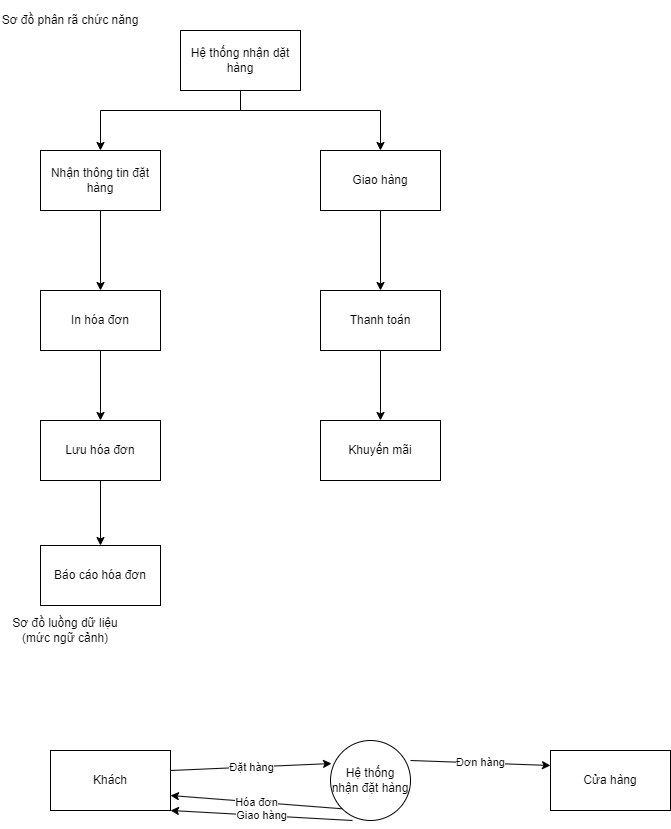
Earlier version of the draw.io export DFD3.png (InfiniteByte1811/branch1). Source tidied: cells renumbered, new cells last; positions are measured from the earlier drawing's top-left corner, leaving out a move shared by most shapes.
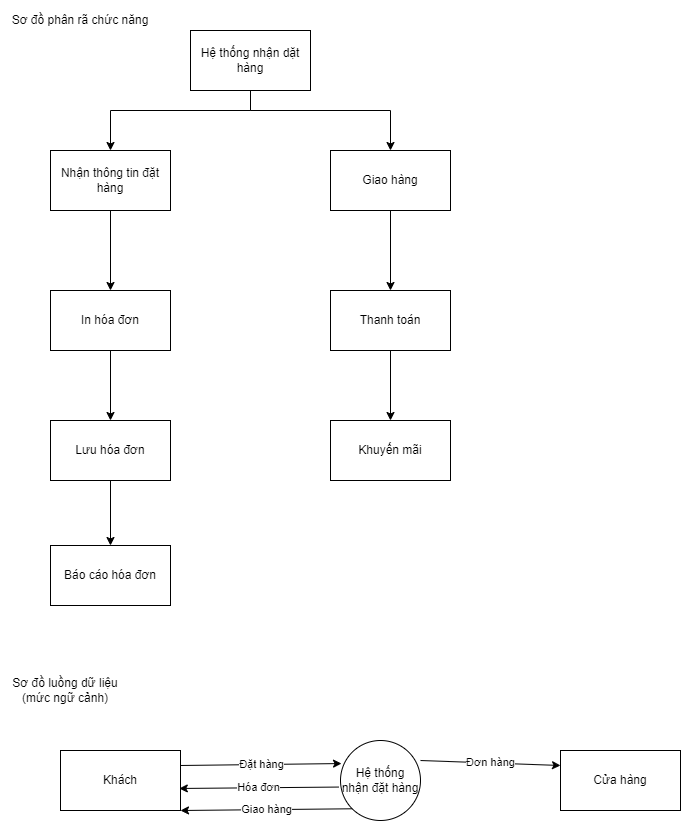
Above is the later version.

Commit message:
Cập nhật DFD3.png

Change to the diagram source:
```diff
@@ -34,7 +34,7 @@
       <mxGeometry x="40" y="150" width="120" height="60" as="geometry" />
     </mxCell>
     <mxCell id="8" value="Sơ đồ luồng dữ liệu (mức ngữ cảnh)" style="text;html=1;strokeColor=none;fillColor=none;align=center;verticalAlign=middle;whiteSpace=wrap;rounded=0;" parent="1" vertex="1">
-      <mxGeometry y="600" width="130" height="60" as="geometry" />
+      <mxGeometry x="-10" y="660" width="130" height="60" as="geometry" />
     </mxCell>
     <mxCell id="9" value="Cửa hàng" style="rounded=0;whiteSpace=wrap;html=1;" parent="1" vertex="1">
       <mxGeometry x="550" y="750" width="120" height="60" as="geometry" />
@@ -45,12 +45,10 @@
     <mxCell id="11" value="Hệ thống nhận đặt hàng" style="ellipse;whiteSpace=wrap;html=1;" parent="1" vertex="1">
       <mxGeometry x="330" y="740" width="80" height="80" as="geometry" />
     </mxCell>
-    <mxCell id="12" value="Đặt hàng" style="endArrow=classic;html=1;rounded=0;entryX=0.013;entryY=0.288;entryDx=0;entryDy=0;entryPerimeter=0;" parent="1" edge="1" target="11">
-      <mxGeometry relative="1" as="geometry">
-        <mxPoint x="170" y="770" as="sourcePoint" />
-      </mxGeometry>
+    <mxCell id="12" value="Đặt hàng" style="endArrow=classic;html=1;rounded=0;entryX=0.013;entryY=0.288;entryDx=0;entryDy=0;entryPerimeter=0;exitX=1;exitY=0.25;exitDx=0;exitDy=0;" parent="1" edge="1" source="10" target="11">
+      <mxGeometry relative="1" as="geometry" />
     </mxCell>
-    <mxCell id="13" value="Hóa đơn" style="endArrow=classic;html=1;rounded=0;entryX=1;entryY=0.75;entryDx=0;entryDy=0;exitX=0;exitY=1;exitDx=0;exitDy=0;" parent="1" edge="1" source="11" target="10">
+    <mxCell id="13" value="Hóa đơn" style="endArrow=classic;html=1;rounded=0;entryX=0.99;entryY=0.633;entryDx=0;entryDy=0;exitX=-0.023;exitY=0.582;exitDx=0;exitDy=0;exitPerimeter=0;entryPerimeter=0;" parent="1" edge="1" source="11" target="10">
       <mxGeometry relative="1" as="geometry" />
     </mxCell>
     <mxCell id="14" value="Đơn hàng" style="endArrow=classic;html=1;rounded=0;entryX=0;entryY=0.25;entryDx=0;entryDy=0;" parent="1" edge="1" target="9">
@@ -58,7 +56,7 @@
         <mxPoint x="410" y="760" as="sourcePoint" />
       </mxGeometry>
     </mxCell>
-    <mxCell id="15" value="Giao hàng" style="endArrow=classic;html=1;rounded=0;entryX=1;entryY=1;entryDx=0;entryDy=0;exitX=0.275;exitY=1;exitDx=0;exitDy=0;exitPerimeter=0;" parent="1" edge="1" source="11" target="10">
+    <mxCell id="15" value="Giao hàng" style="endArrow=classic;html=1;rounded=0;entryX=1;entryY=1;entryDx=0;entryDy=0;exitX=0;exitY=1;exitDx=0;exitDy=0;" parent="1" edge="1" source="11" target="10">
       <mxGeometry relative="1" as="geometry" />
     </mxCell>
     <mxCell id="16" style="edgeStyle=orthogonalEdgeStyle;rounded=0;jettySize=auto;html=1;entryX=0.5;entryY=0;entryDx=0;entryDy=0;" parent="1" edge="1" source="17" target="24">
```
